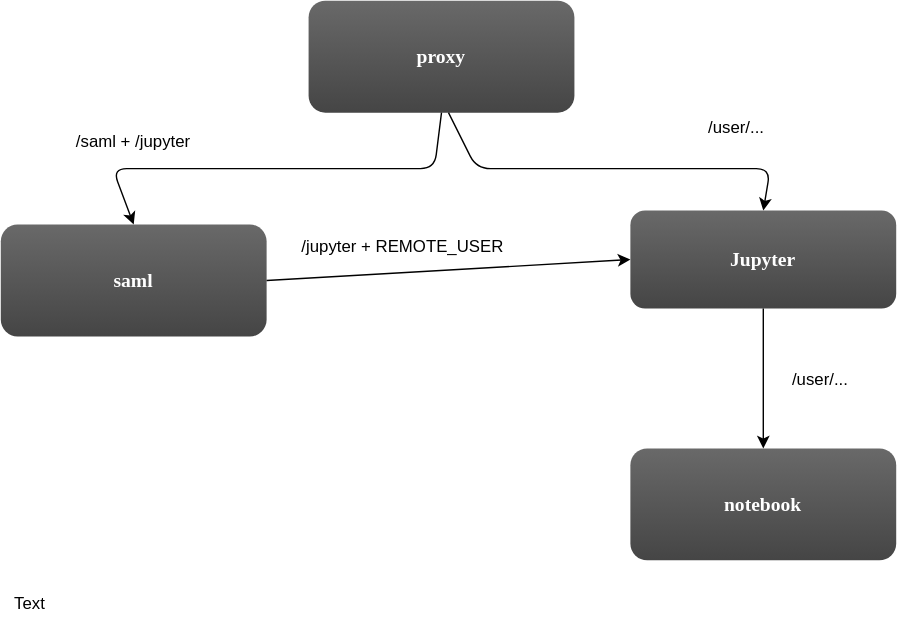
HarryKodden/JupyterHub-SAML keeps this draw.io diagram as diagram.svg. Above is the earlier version. Source tidied: cells renumbered, new cells last; positions are measured from the earlier drawing's top-left corner, leaving out a move shared by most shapes.
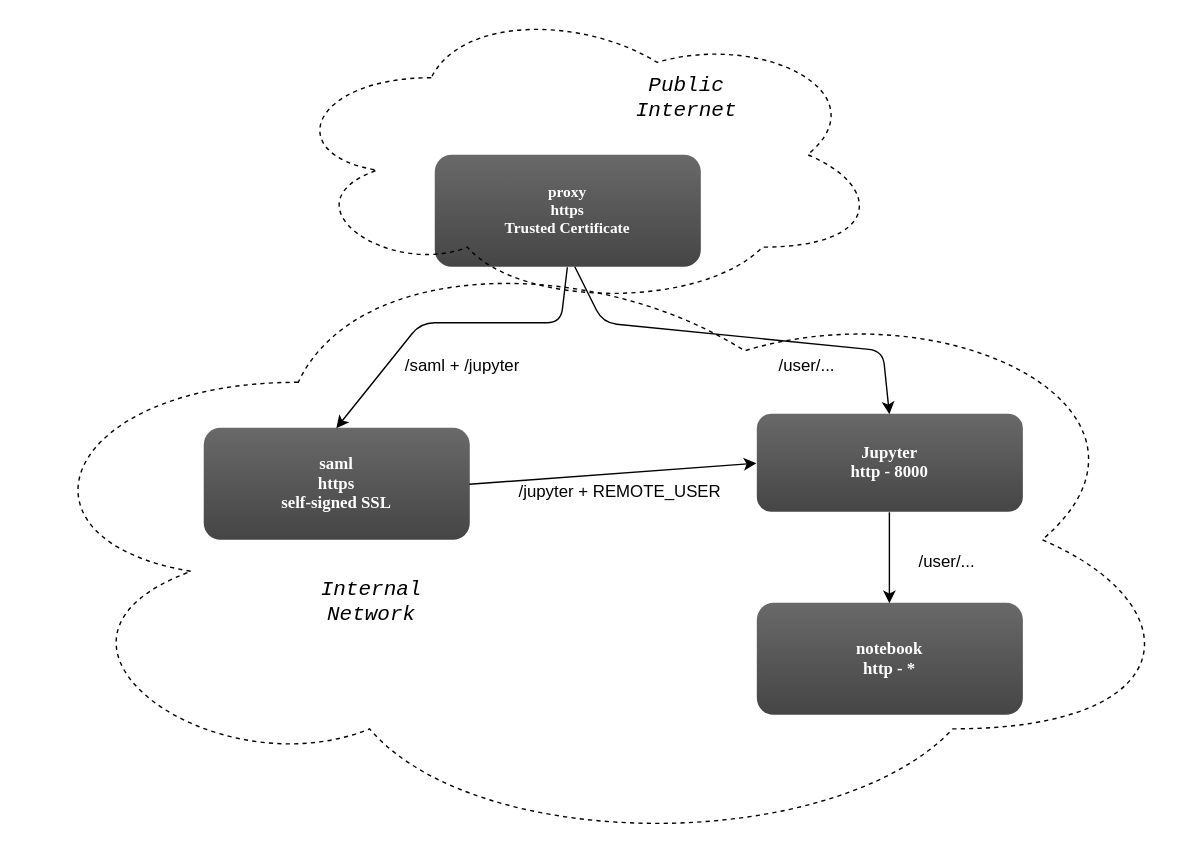
The same file after the commit.

Change to the diagram source:
```diff
@@ -2,32 +2,35 @@
   <root>
     <mxCell id="0" />
     <mxCell id="1" parent="0" />
+    <mxCell id="15" style="ellipse;shape=cloud;whiteSpace=wrap;html=1;fontFamily=Courier New;fontSize=12;fillColor=none;gradientColor=none;dashed=1;" parent="1" vertex="1">
+      <mxGeometry x="-90" y="130" width="850" height="450" as="geometry" />
+    </mxCell>
-    <mxCell id="2" value="proxy" style="rounded=1;fillColor=#696969;gradientColor=#454545;strokeColor=none;fontColor=#FFFFFF;fontStyle=1;fontFamily=Tahoma;fontSize=14;" parent="1" vertex="1">
-      <mxGeometry x="220" width="190" height="80" as="geometry" />
+    <mxCell id="2" value="proxy&#10;https&#10;Trusted Certificate" style="rounded=1;fillColor=#696969;gradientColor=#454545;strokeColor=none;fontColor=#FFFFFF;fontStyle=1;fontFamily=Tahoma;fontSize=11;" parent="1" vertex="1">
+      <mxGeometry x="220" y="80" width="190" height="80" as="geometry" />
     </mxCell>
-    <mxCell id="3" value="notebook" style="rounded=1;fillColor=#696969;gradientColor=#454545;strokeColor=none;fontColor=#FFFFFF;fontStyle=1;fontFamily=Tahoma;fontSize=14;" parent="1" vertex="1">
-      <mxGeometry x="450" y="320" width="190" height="80" as="geometry" />
+    <mxCell id="3" value="notebook&#10;http - *" style="rounded=1;fillColor=#696969;gradientColor=#454545;strokeColor=none;fontColor=#FFFFFF;fontStyle=1;fontFamily=Tahoma;fontSize=12;" parent="1" vertex="1">
+      <mxGeometry x="450" y="400" width="190" height="80" as="geometry" />
     </mxCell>
-    <mxCell id="4" value="saml" style="rounded=1;fillColor=#696969;gradientColor=#454545;strokeColor=none;fontColor=#FFFFFF;fontStyle=1;fontFamily=Tahoma;fontSize=14;" parent="1" vertex="1">
-      <mxGeometry y="160" width="190" height="80" as="geometry" />
+    <mxCell id="4" value="saml&#10;https&#10;self-signed SSL" style="rounded=1;fillColor=#696969;gradientColor=#454545;strokeColor=none;fontColor=#FFFFFF;fontStyle=1;fontFamily=Tahoma;fontSize=12;" parent="1" vertex="1">
+      <mxGeometry x="55" y="275" width="190" height="80" as="geometry" />
     </mxCell>
-    <mxCell id="5" value="Jupyter" style="rounded=1;fillColor=#696969;gradientColor=#454545;strokeColor=none;fontColor=#FFFFFF;fontStyle=1;fontFamily=Tahoma;fontSize=14;" parent="1" vertex="1">
-      <mxGeometry x="450" y="150" width="190" height="70" as="geometry" />
+    <mxCell id="5" value="Jupyter&#10;http - 8000" style="rounded=1;fillColor=#696969;gradientColor=#454545;strokeColor=none;fontColor=#FFFFFF;fontStyle=1;fontFamily=Tahoma;fontSize=12;" parent="1" vertex="1">
+      <mxGeometry x="450" y="265" width="190" height="70" as="geometry" />
     </mxCell>
     <mxCell id="6" style="endArrow=classic;html=1;entryX=0.5;entryY=0;" parent="1" edge="1" target="5">
       <mxGeometry relative="1" as="geometry">
-        <mxPoint x="320" y="80" as="sourcePoint" />
+        <mxPoint x="320" y="160" as="sourcePoint" />
         <Array as="points">
-          <mxPoint x="340" y="120" />
-          <mxPoint x="550" y="120" />
+          <mxPoint x="340" y="200" />
+          <mxPoint x="540" y="220" />
         </Array>
       </mxGeometry>
     </mxCell>
     <mxCell id="7" style="endArrow=classic;html=1;entryX=0.5;entryY=0;exitX=0.5;exitY=1;" parent="1" edge="1" source="2" target="4">
       <mxGeometry relative="1" as="geometry">
         <Array as="points">
-          <mxPoint x="310" y="120" />
-          <mxPoint x="80" y="120" />
+          <mxPoint x="310" y="200" />
+          <mxPoint x="210" y="200" />
         </Array>
       </mxGeometry>
     </mxCell>
@@ -37,20 +40,29 @@
     <mxCell id="9" style="endArrow=classic;html=1;entryX=0;entryY=0.5;exitX=1;exitY=0.5;" parent="1" edge="1" source="4" target="5">
       <mxGeometry relative="1" as="geometry" />
     </mxCell>
-    <mxCell id="10" value="Text" style="text;html=1;strokeColor=none;fillColor=none;align=center;verticalAlign=middle;whiteSpace=wrap;rounded=0;" parent="1" vertex="1">
-      <mxGeometry y="420" width="40" height="20" as="geometry" />
-    </mxCell>
     <mxCell id="11" value="/saml + /jupyter" style="text;html=1;strokeColor=none;fillColor=none;align=center;verticalAlign=middle;whiteSpace=wrap;rounded=0;" parent="1" vertex="1">
-      <mxGeometry x="40" y="90" width="110" height="20" as="geometry" />
+      <mxGeometry x="185" y="220" width="110" height="20" as="geometry" />
     </mxCell>
     <mxCell id="12" value="/user/..." style="text;html=1;strokeColor=none;fillColor=none;align=center;verticalAlign=middle;whiteSpace=wrap;rounded=0;" parent="1" vertex="1">
-      <mxGeometry x="470" y="80" width="110" height="20" as="geometry" />
+      <mxGeometry x="430" y="220" width="110" height="20" as="geometry" />
     </mxCell>
     <mxCell id="13" value="/jupyter + REMOTE_USER" style="text;html=1;strokeColor=none;fillColor=none;align=center;verticalAlign=middle;whiteSpace=wrap;rounded=0;" parent="1" vertex="1">
-      <mxGeometry x="205" y="165" width="165" height="20" as="geometry" />
+      <mxGeometry x="270" y="310" width="165" height="20" as="geometry" />
     </mxCell>
     <mxCell id="14" value="/user/..." style="text;html=1;strokeColor=none;fillColor=none;align=center;verticalAlign=middle;whiteSpace=wrap;rounded=0;" parent="1" vertex="1">
-      <mxGeometry x="530" y="260" width="110" height="20" as="geometry" />
+      <mxGeometry x="530" y="360" width="110" height="20" as="geometry" />
     </mxCell>
+    <mxCell id="16" style="ellipse;shape=cloud;whiteSpace=wrap;html=1;dashed=1;fillColor=none;gradientColor=none;fontFamily=Courier New;fontSize=12;" parent="1" vertex="1">
+      <mxGeometry x="110" y="-30" width="430" height="220" as="geometry" />
+    </mxCell>
+    <mxCell id="17" value="Internal Network" style="text;html=1;strokeColor=none;fillColor=none;align=center;verticalAlign=middle;whiteSpace=wrap;rounded=0;dashed=1;fontFamily=Courier New;fontSize=15;fontStyle=2;" parent="1" vertex="1">
+      <mxGeometry x="110" y="380" width="130" height="40" as="geometry" />
+    </mxCell>
+    <mxCell id="18" value="Public Internet" style="text;html=1;strokeColor=none;fillColor=none;align=center;verticalAlign=middle;whiteSpace=wrap;rounded=0;dashed=1;fontFamily=Courier New;fontSize=15;fontStyle=2;" parent="1" vertex="1">
+      <mxGeometry x="335" y="20" width="130" height="40" as="geometry" />
+    </mxCell>
+    <mxCell id="19" style="edgeStyle=orthogonalEdgeStyle;rounded=0;html=1;exitX=1;exitY=0.25;entryX=1;entryY=0.25;jettySize=auto;orthogonalLoop=1;fontFamily=Courier New;fontSize=15;" parent="1" edge="1" source="12" target="12">
+      <mxGeometry relative="1" as="geometry" />
+    </mxCell>
   </root>
 </mxGraphModel>
```
